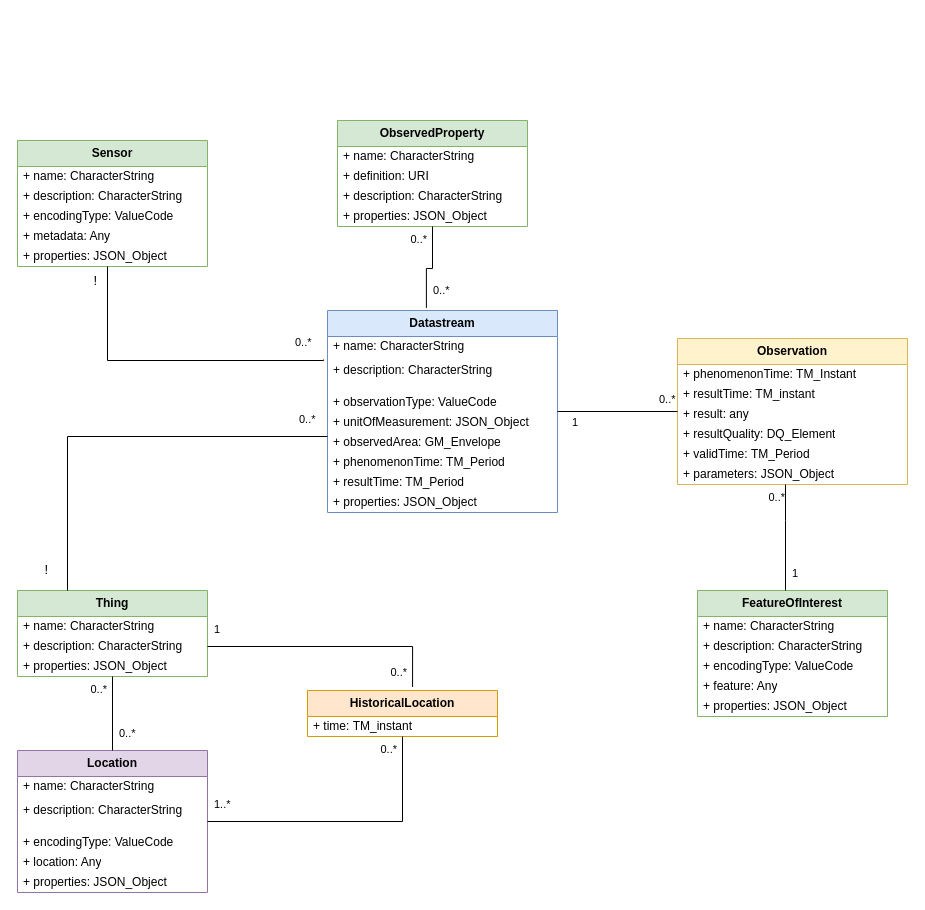
Before: Diagramme sans nom.drawio in Mario-35/Stean, a draw.io diagram. Source tidied: cells renumbered, new cells numbered last; positions are measured from the earlier drawing's top-left corner, leaving out a move shared by most shapes. Both pictures are drawn from the tidied source at 100%, with x=0, y=0 at pixel (17, 120).
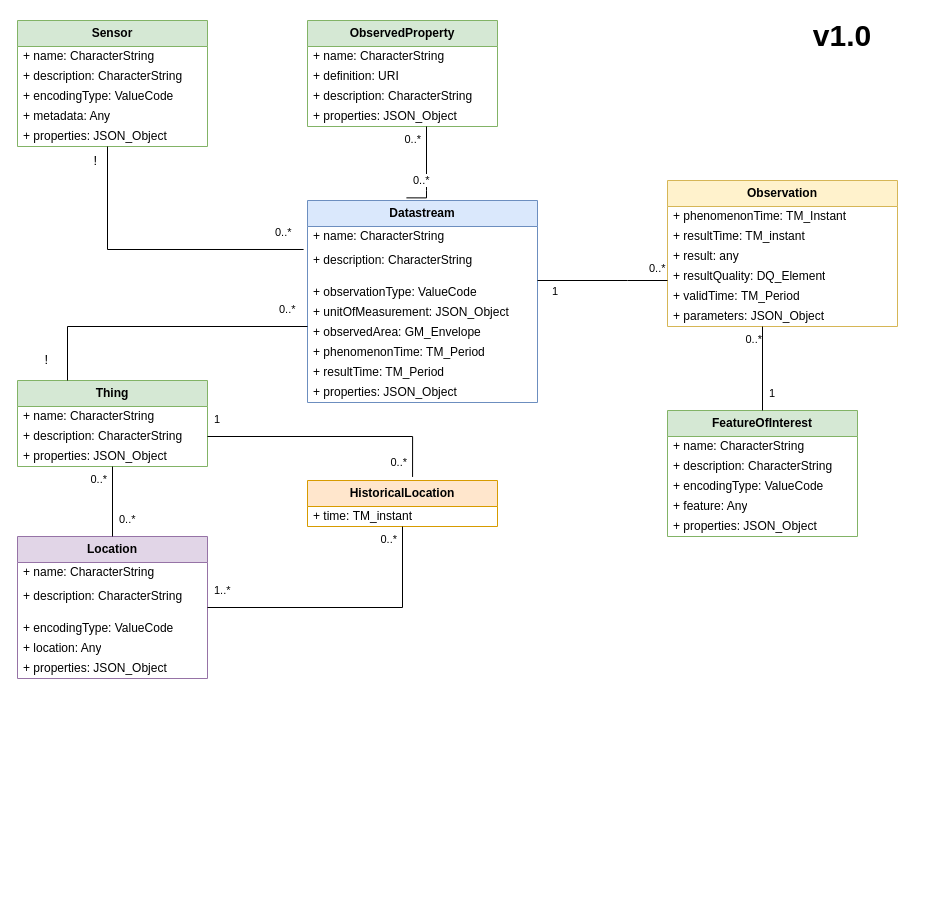
Above is the later version.

Unchanged cells that the change refers to:
```xml
<mxCell id="28" value="+ description:&amp;nbsp;CharacterString" style="text;strokeColor=none;fillColor=none;align=left;verticalAlign=top;spacingLeft=4;spacingRight=4;overflow=hidden;points=[[0,0.5],[1,0.5]];portConstraint=eastwest;whiteSpace=wrap;html=1;" parent="26" vertex="1">
  <mxGeometry y="46" width="230" height="36" as="geometry" />
</mxCell>
<mxCell id="31" value="+ observedArea: GM_Envelope" style="text;strokeColor=none;fillColor=none;align=left;verticalAlign=middle;spacingLeft=4;spacingRight=4;overflow=hidden;points=[[0,0.5],[1,0.5]];portConstraint=eastwest;whiteSpace=wrap;html=1;" parent="26" vertex="1">
  <mxGeometry y="122" width="230" height="20" as="geometry" />
</mxCell>
```

What changed in the source:
```diff
@@
     <mxCell id="2" value="&lt;b&gt;Location&lt;/b&gt;" style="swimlane;fontStyle=0;horizontal=1;startSize=26;fillColor=#e1d5e7;whiteSpace=wrap;html=1;strokeColor=#9673a6;" parent="1" vertex="1">
-      <mxGeometry y="630" width="190" height="142" as="geometry" />
+      <mxGeometry y="416" width="190" height="142" as="geometry" />
     </mxCell>
@@
     <mxCell id="8" value="&lt;b&gt;Thing&lt;/b&gt;" style="swimlane;fontStyle=0;horizontal=1;startSize=26;fillColor=#d5e8d4;whiteSpace=wrap;html=1;strokeColor=#82b366;" parent="1" vertex="1">
-      <mxGeometry y="470" width="190" height="86" as="geometry" />
+      <mxGeometry y="260" width="190" height="86" as="geometry" />
     </mxCell>
@@
     <mxCell id="12" value="&lt;b&gt;Sensor&lt;/b&gt;" style="swimlane;fontStyle=0;horizontal=1;startSize=26;fillColor=#d5e8d4;whiteSpace=wrap;html=1;strokeColor=#82b366;" parent="1" vertex="1">
-      <mxGeometry y="20" width="190" height="126" as="geometry" />
+      <mxGeometry y="-100" width="190" height="126" as="geometry" />
     </mxCell>
@@
     <mxCell id="21" value="&lt;b&gt;ObservedProperty&lt;/b&gt;" style="swimlane;fontStyle=0;horizontal=1;startSize=26;fillColor=#d5e8d4;whiteSpace=wrap;html=1;strokeColor=#82b366;" parent="1" vertex="1">
-      <mxGeometry x="320" width="190" height="106" as="geometry" />
+      <mxGeometry x="290" y="-100" width="190" height="106" as="geometry" />
     </mxCell>
@@
     <mxCell id="26" value="&lt;b&gt;Datastream&lt;/b&gt;" style="swimlane;fontStyle=0;horizontal=1;startSize=26;fillColor=#dae8fc;whiteSpace=wrap;html=1;strokeColor=#6c8ebf;" parent="1" vertex="1">
-      <mxGeometry x="310" y="190" width="230" height="202" as="geometry" />
+      <mxGeometry x="290" y="80" width="230" height="202" as="geometry" />
     </mxCell>
@@
     <mxCell id="35" value="&lt;b&gt;Observation&lt;/b&gt;" style="swimlane;fontStyle=0;horizontal=1;startSize=26;fillColor=#fff2cc;whiteSpace=wrap;html=1;strokeColor=#d6b656;" parent="1" vertex="1">
-      <mxGeometry x="660" y="218" width="230" height="146" as="geometry" />
+      <mxGeometry x="650" y="60" width="230" height="146" as="geometry" />
     </mxCell>
@@
     <mxCell id="42" value="&lt;b&gt;FeatureOfInterest&lt;/b&gt;" style="swimlane;fontStyle=0;horizontal=1;startSize=26;fillColor=#d5e8d4;whiteSpace=wrap;html=1;strokeColor=#82b366;" parent="1" vertex="1">
-      <mxGeometry x="680" y="470" width="190" height="126" as="geometry" />
+      <mxGeometry x="650" y="290" width="190" height="126" as="geometry" />
     </mxCell>
@@
     <mxCell id="48" style="endArrow=none;html=1;endSize=12;startArrow=none;startSize=14;startFill=0;edgeStyle=orthogonalEdgeStyle;rounded=0;endFill=0;exitX=-0.017;exitY=0.083;exitDx=0;exitDy=0;exitPerimeter=0;" parent="1" edge="1" source="28" target="12">
       <mxGeometry relative="1" as="geometry">
         <Array as="points">
-          <mxPoint x="306" y="240" />
-          <mxPoint x="90" y="240" />
+          <mxPoint x="90" y="129" />
         </Array>
       </mxGeometry>
     </mxCell>
@@
     <mxCell id="51" style="endArrow=none;html=1;endSize=12;startArrow=none;startSize=14;startFill=0;edgeStyle=orthogonalEdgeStyle;rounded=0;endFill=0;exitX=0;exitY=0.2;exitDx=0;exitDy=0;exitPerimeter=0;" parent="1" edge="1" source="31" target="8">
       <mxGeometry relative="1" as="geometry">
         <Array as="points">
-          <mxPoint x="50" y="316" />
+          <mxPoint x="50" y="206" />
         </Array>
       </mxGeometry>
     </mxCell>
@@
     <mxCell id="54" style="endArrow=none;html=1;endSize=12;startArrow=none;startSize=14;startFill=0;edgeStyle=orthogonalEdgeStyle;rounded=0;endFill=0;" parent="1" edge="1" source="35" target="26">
-      <mxGeometry relative="1" as="geometry" />
+      <mxGeometry relative="1" as="geometry">
+        <Array as="points">
+          <mxPoint x="610" y="160" />
+          <mxPoint x="610" y="160" />
+        </Array>
+      </mxGeometry>
     </mxCell>
@@
     <mxCell id="60" value="&lt;b&gt;HistoricalLocation&lt;/b&gt;" style="swimlane;fontStyle=0;horizontal=1;startSize=26;fillColor=#ffe6cc;whiteSpace=wrap;html=1;strokeColor=#d79b00;" parent="1" vertex="1">
-      <mxGeometry x="290" y="570" width="190" height="46" as="geometry" />
+      <mxGeometry x="290" y="360" width="190" height="46" as="geometry" />
     </mxCell>
@@
     <mxCell id="68" style="endArrow=none;html=1;endSize=12;startArrow=none;startSize=14;startFill=0;edgeStyle=orthogonalEdgeStyle;rounded=0;endFill=0;exitX=0.43;exitY=-0.013;exitDx=0;exitDy=0;exitPerimeter=0;" parent="1" edge="1" source="26" target="21">
-      <mxGeometry relative="1" as="geometry" />
+      <mxGeometry relative="1" as="geometry">
+        <Array as="points">
+          <mxPoint x="409" y="70" />
+          <mxPoint x="409" y="70" />
+        </Array>
+      </mxGeometry>
     </mxCell>
@@
+    <mxCell id="71" value="&lt;font style=&quot;font-size: 30px;&quot;&gt;&lt;b&gt;v1.0&lt;/b&gt;&lt;/font&gt;" style="text;html=1;whiteSpace=wrap;strokeColor=none;fillColor=none;align=center;verticalAlign=middle;rounded=0;fontFamily=Helvetica;fontSize=12;fontColor=default;" parent="1" vertex="1">
+      <mxGeometry x="770" y="-100" width="110" height="30" as="geometry" />
+    </mxCell>
```
